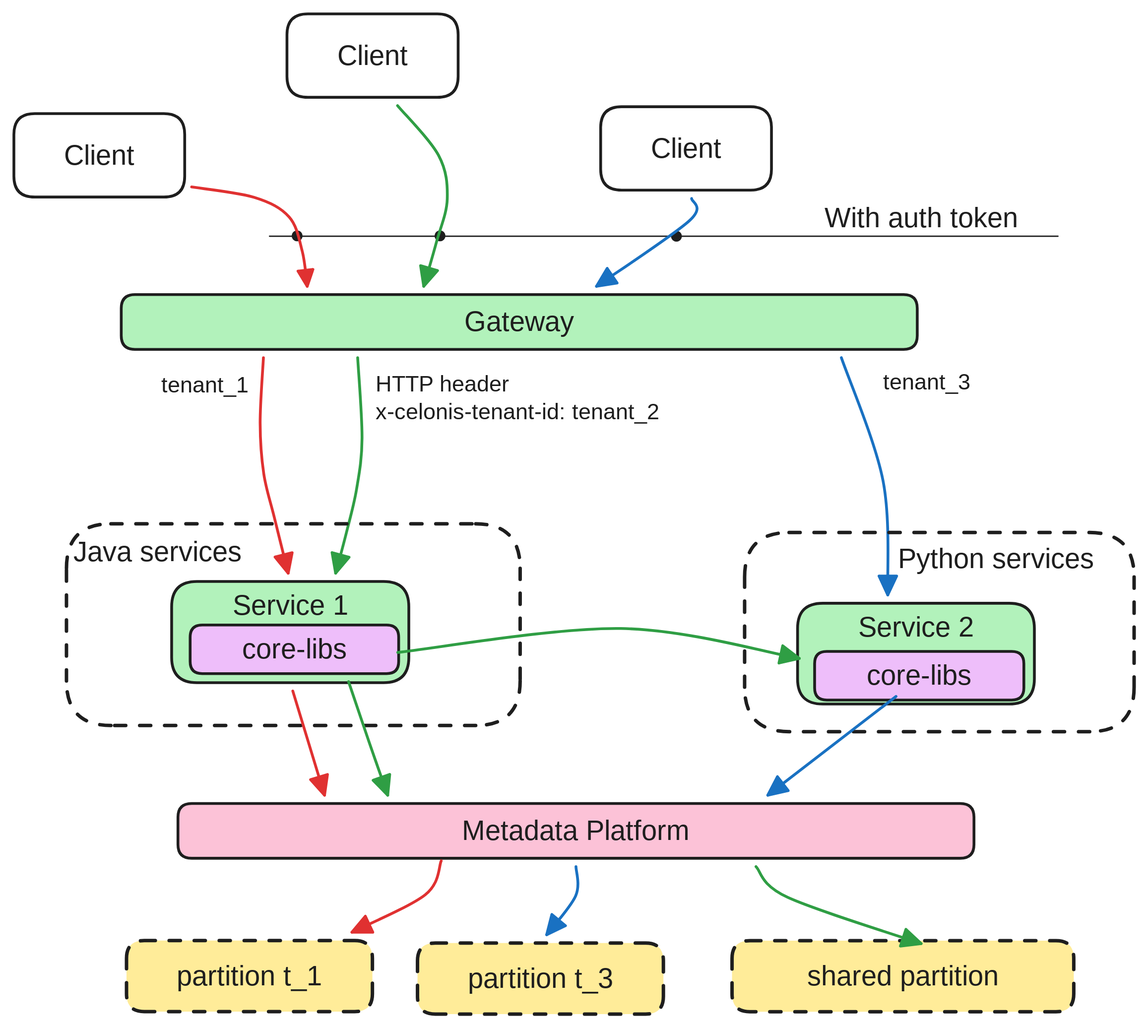
mbrt/blog keeps this Excalidraw diagram as content/posts/multi-tenant-cmek/img8.svg. Above is the earlier version. Source tidied: one line per element, renumbered; positions are measured from the earlier drawing's top-left corner, leaving out a move shared by most shapes.
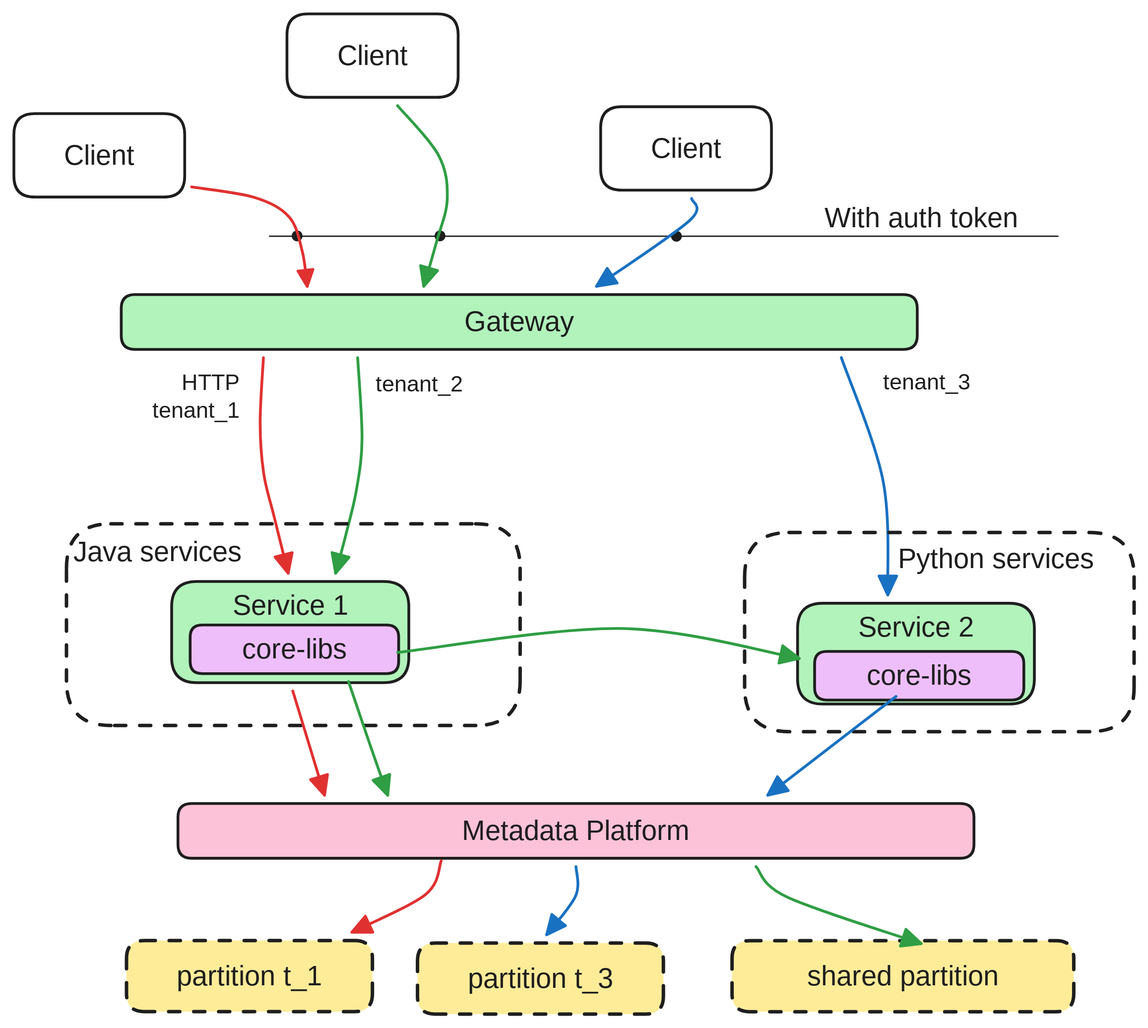
After the commit.

Diff of the diagram source:
```diff
@@ -17,11 +17,11 @@
 {"id": 16, "type": "rectangle", "strokeColor": "#1e1e1e", "backgroundColor": "#fcc2d7", "fillStyle": "solid", "strokeWidth": 2, "roughness": 0, "round": true, "x": 118, "y": 568, "width": 573, "height": 39}
 {"id": 17, "type": "text", "text": "Metadata Platform", "strokeColor": "#1e1e1e", "strokeWidth": 2, "roughness": 1, "fontSize": 20, "fontFamily": 6, "textAlign": "center", "verticalAlign": "middle", "inside": 16, "x": 320, "y": 576, "width": 170, "height": 25}
 {"id": 18, "type": "arrow", "strokeColor": "#e03131", "strokeWidth": 2, "roughness": 0, "endArrowhead": "triangle", "round": true, "from": 14, "to": 32, "x": 180, "y": 248, "width": 20, "height": 155, "points": [[0, 0], [-2, 47], [0, 84], [8, 115], [18, 155]]}
-{"id": 19, "type": "text", "text": "HTTP header\nx-celonis-tenant-id: tenant_2", "strokeColor": "#1e1e1e", "strokeWidth": 2, "roughness": 0, "fontSize": 16, "fontFamily": 6, "x": 260, "y": 257, "width": 211, "height": 40}
+{"id": 19, "type": "text", "text": "tenant_2", "strokeColor": "#1e1e1e", "strokeWidth": 2, "roughness": 0, "fontSize": 16, "fontFamily": 6, "x": 260, "y": 257, "width": 65, "height": 20}
 {"id": 20, "type": "arrow", "strokeColor": "#2f9e44", "strokeWidth": 2, "roughness": 0, "endArrowhead": "triangle", "round": true, "from": 14, "to": 32, "x": 248, "y": 248, "width": 19, "height": 155, "points": [[0, 0], [3, 58], [-1, 95], [-8, 126], [-16, 155]]}
 {"id": 21, "type": "arrow", "strokeColor": "#1971c2", "strokeWidth": 2, "roughness": 0, "endArrowhead": "triangle", "round": true, "from": 14, "to": 38, "x": 596, "y": 248, "width": 33, "height": 171, "points": [[0, 0], [30, 89], [33, 171]]}
 {"id": 22, "type": "text", "text": "tenant_3", "strokeColor": "#1e1e1e", "strokeWidth": 2, "roughness": 0, "fontSize": 16, "fontFamily": 6, "textAlign": "right", "x": 624, "y": 255, "width": 65, "height": 20}
-{"id": 23, "type": "text", "text": "tenant_1", "strokeColor": "#1e1e1e", "strokeWidth": 2, "roughness": 0, "fontSize": 16, "fontFamily": 6, "textAlign": "right", "x": 104, "y": 257, "width": 65, "height": 20}
+{"id": 23, "type": "text", "text": "HTTP\ntenant_1", "strokeColor": "#1e1e1e", "strokeWidth": 2, "roughness": 0, "fontSize": 16, "fontFamily": 6, "textAlign": "right", "x": 98, "y": 256, "width": 65, "height": 40}
 {"id": 24, "type": "rectangle", "strokeColor": "#1e1e1e", "strokeWidth": 2, "strokeStyle": "dashed", "roughness": 0, "round": true, "x": 38, "y": 367, "width": 327, "height": 145}
 {"id": 25, "type": "rectangle", "strokeColor": "#1e1e1e", "backgroundColor": "#ffec99", "fillStyle": "solid", "strokeWidth": 2, "strokeStyle": "dashed", "roughness": 0, "round": true, "x": 81, "y": 667, "width": 177, "height": 51}
 {"id": 26, "type": "text", "text": "partition t_1", "strokeColor": "#1e1e1e", "backgroundColor": "#fcc2d7", "fillStyle": "solid", "strokeWidth": 2, "roughness": 0, "fontSize": 20, "fontFamily": 6, "textAlign": "center", "verticalAlign": "middle", "inside": 25, "x": 114, "y": 680, "width": 112, "height": 25}
```
